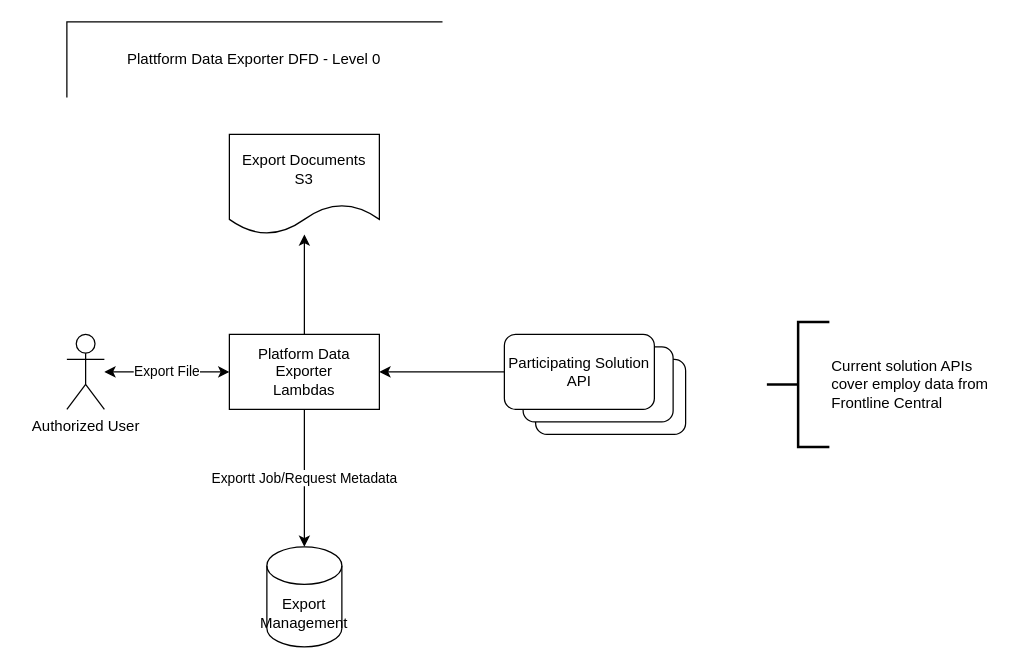
The draw.io diagram Platform PDE DFD.drawio in kharshawFL/PlatformDiagrams, before the edit. Source tidied: cells renumbered, new cells numbered last; positions are measured from the earlier drawing's top-left corner, leaving out a move shared by most shapes. Both pictures are drawn from the tidied source at 125%, with x=0, y=0 at pixel (66, 21).
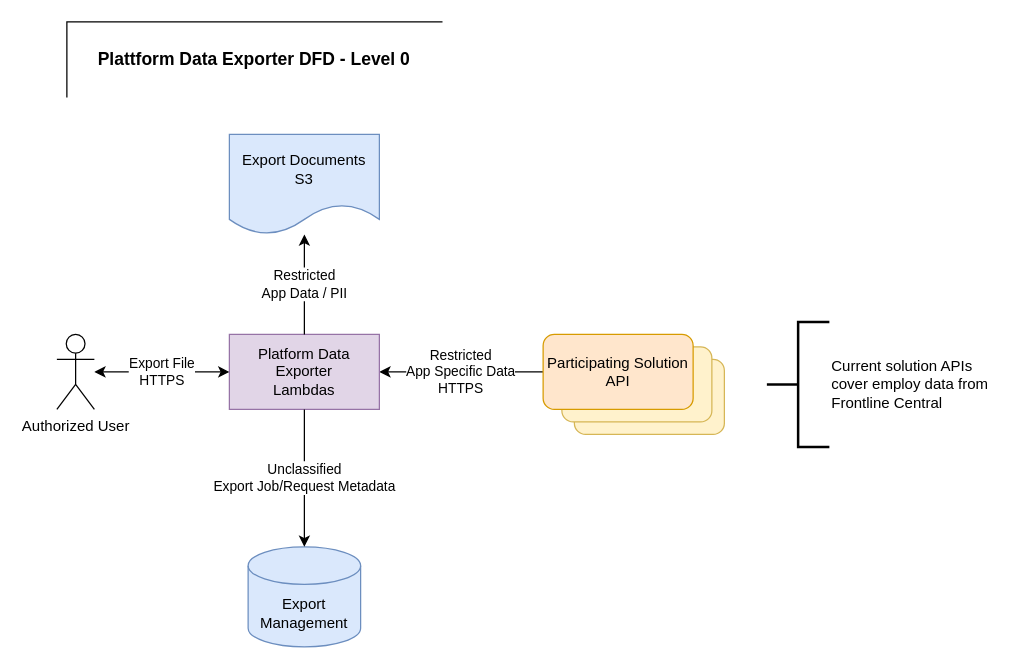
After the change.

What changed in the source:
```diff
@@
 <mxGraphModel>
   <root>
     <mxCell id="0" />
     <mxCell id="1" parent="0" />
-    <mxCell id="2" style="edgeStyle=orthogonalEdgeStyle;rounded=0;jettySize=auto;html=1;entryX=1;entryY=0.5;entryDx=0;entryDy=0;exitX=0;exitY=0.5;exitDx=0;exitDy=0;" parent="1" edge="1" source="11" target="3">
+    <mxCell id="2" value="Restricted&lt;br&gt;App Specific Data&lt;br&gt;HTTPS" style="edgeStyle=orthogonalEdgeStyle;rounded=0;jettySize=auto;html=1;entryX=1;entryY=0.5;entryDx=0;entryDy=0;exitX=0;exitY=0.5;exitDx=0;exitDy=0;" parent="1" edge="1" source="11" target="3">
       <mxGeometry relative="1" as="geometry" />
     </mxCell>
-    <mxCell id="3" value="Platform Data Exporter&lt;br&gt;Lambdas" style="rounded=0;whiteSpace=wrap;html=1;" parent="1" vertex="1">
+    <mxCell id="3" value="Platform Data Exporter&lt;br&gt;Lambdas" style="rounded=0;whiteSpace=wrap;html=1;fillColor=#e1d5e7;strokeColor=#9673a6;" parent="1" vertex="1">
       <mxGeometry x="130" y="250" width="120" height="60" as="geometry" />
     </mxCell>
-    <mxCell id="4" value="Export Management" style="shape=cylinder3;whiteSpace=wrap;html=1;boundedLbl=1;backgroundOutline=1;size=15;" parent="1" vertex="1">
-      <mxGeometry x="160" y="420" width="60" height="80" as="geometry" />
+    <mxCell id="4" value="Export Management" style="shape=cylinder3;whiteSpace=wrap;html=1;boundedLbl=1;backgroundOutline=1;size=15;fillColor=#dae8fc;strokeColor=#6c8ebf;" parent="1" vertex="1">
+      <mxGeometry x="145" y="420" width="90" height="80" as="geometry" />
     </mxCell>
-    <mxCell id="5" value="Export Documents&lt;br&gt;S3" style="shape=document;whiteSpace=wrap;html=1;boundedLbl=1;" parent="1" vertex="1">
+    <mxCell id="5" value="Export Documents&lt;br&gt;S3" style="shape=document;whiteSpace=wrap;html=1;boundedLbl=1;fillColor=#dae8fc;strokeColor=#6c8ebf;" parent="1" vertex="1">
       <mxGeometry x="130" y="90" width="120" height="80" as="geometry" />
     </mxCell>
     <mxCell id="6" value="Authorized User" style="shape=umlActor;verticalLabelPosition=bottom;verticalAlign=top;html=1;outlineConnect=0;" parent="1" vertex="1">
-      <mxGeometry y="250" width="30" height="60" as="geometry" />
+      <mxGeometry x="-8" y="250" width="30" height="60" as="geometry" />
     </mxCell>
-    <mxCell id="7" value="Exportt Job/Request Metadata" style="endArrow=classic;html=1;rounded=0;exitX=0.5;exitY=1;exitDx=0;exitDy=0;entryX=0.5;entryY=0;entryDx=0;entryDy=0;entryPerimeter=0;" parent="1" edge="1" source="3" target="4">
+    <mxCell id="7" value="Unclassified&lt;br&gt;Export Job/Request Metadata" style="endArrow=classic;html=1;rounded=0;exitX=0.5;exitY=1;exitDx=0;exitDy=0;entryX=0.5;entryY=0;entryDx=0;entryDy=0;entryPerimeter=0;" parent="1" edge="1" source="3" target="4">
       <mxGeometry relative="1" as="geometry" />
     </mxCell>
-    <mxCell id="8" style="endArrow=classic;html=1;rounded=0;exitX=0.5;exitY=0;exitDx=0;exitDy=0;" parent="1" edge="1" source="3" target="5">
+    <mxCell id="8" value="Restricted&lt;br&gt;App Data / PII" style="endArrow=classic;html=1;rounded=0;exitX=0.5;exitY=0;exitDx=0;exitDy=0;" parent="1" edge="1" source="3" target="5">
       <mxGeometry relative="1" as="geometry" />
     </mxCell>
-    <mxCell id="9" style="rounded=1;whiteSpace=wrap;html=1;" parent="1" vertex="1">
-      <mxGeometry x="375" y="270" width="120" height="60" as="geometry" />
+    <mxCell id="9" style="rounded=1;whiteSpace=wrap;html=1;fillColor=#fff2cc;strokeColor=#d6b656;" parent="1" vertex="1">
+      <mxGeometry x="406" y="270" width="120" height="60" as="geometry" />
     </mxCell>
-    <mxCell id="10" style="rounded=1;whiteSpace=wrap;html=1;" parent="1" vertex="1">
-      <mxGeometry x="365" y="260" width="120" height="60" as="geometry" />
+    <mxCell id="10" style="rounded=1;whiteSpace=wrap;html=1;fillColor=#fff2cc;strokeColor=#d6b656;" parent="1" vertex="1">
+      <mxGeometry x="396" y="260" width="120" height="60" as="geometry" />
     </mxCell>
-    <mxCell id="11" value="Participating Solution API" style="rounded=1;whiteSpace=wrap;html=1;" parent="1" vertex="1">
-      <mxGeometry x="350" y="250" width="120" height="60" as="geometry" />
+    <mxCell id="11" value="Participating Solution API" style="rounded=1;whiteSpace=wrap;html=1;fillColor=#ffe6cc;strokeColor=#d79b00;" parent="1" vertex="1">
+      <mxGeometry x="381" y="250" width="120" height="60" as="geometry" />
     </mxCell>
-    <mxCell id="12" value="Export File" style="endArrow=classic;html=1;rounded=0;entryX=0;entryY=0.5;entryDx=0;entryDy=0;endFill=1;startArrow=classic;startFill=1;" parent="1" edge="1" source="6" target="3">
+    <mxCell id="12" value="Export File&lt;br&gt;HTTPS" style="endArrow=classic;html=1;rounded=0;entryX=0;entryY=0.5;entryDx=0;entryDy=0;endFill=1;startArrow=classic;startFill=1;" parent="1" edge="1" source="6" target="3">
       <mxGeometry relative="1" as="geometry" />
     </mxCell>
-    <mxCell id="13" value="Plattform Data Exporter DFD - Level 0" style="shape=partialRectangle;whiteSpace=wrap;html=1;bottom=0;right=0;fillColor=none;" parent="1" vertex="1">
+    <mxCell id="13" value="&lt;b&gt;&lt;font style=&quot;font-size: 14px;&quot;&gt;Plattform Data Exporter DFD - Level 0&lt;/font&gt;&lt;/b&gt;" style="shape=partialRectangle;whiteSpace=wrap;html=1;bottom=0;right=0;fillColor=none;" parent="1" vertex="1">
       <mxGeometry width="300" height="60" as="geometry" />
     </mxCell>
     <mxCell id="14" value="Current solution APIs &lt;br&gt;cover employ data from&amp;nbsp;&lt;br&gt;Frontline Central" style="strokeWidth=2;html=1;shape=mxgraph.flowchart.annotation_2;align=left;labelPosition=right;" parent="1" vertex="1">
       <mxGeometry x="560" y="240" width="50" height="100" as="geometry" />
     </mxCell>
   </root>
 </mxGraphModel>
```
